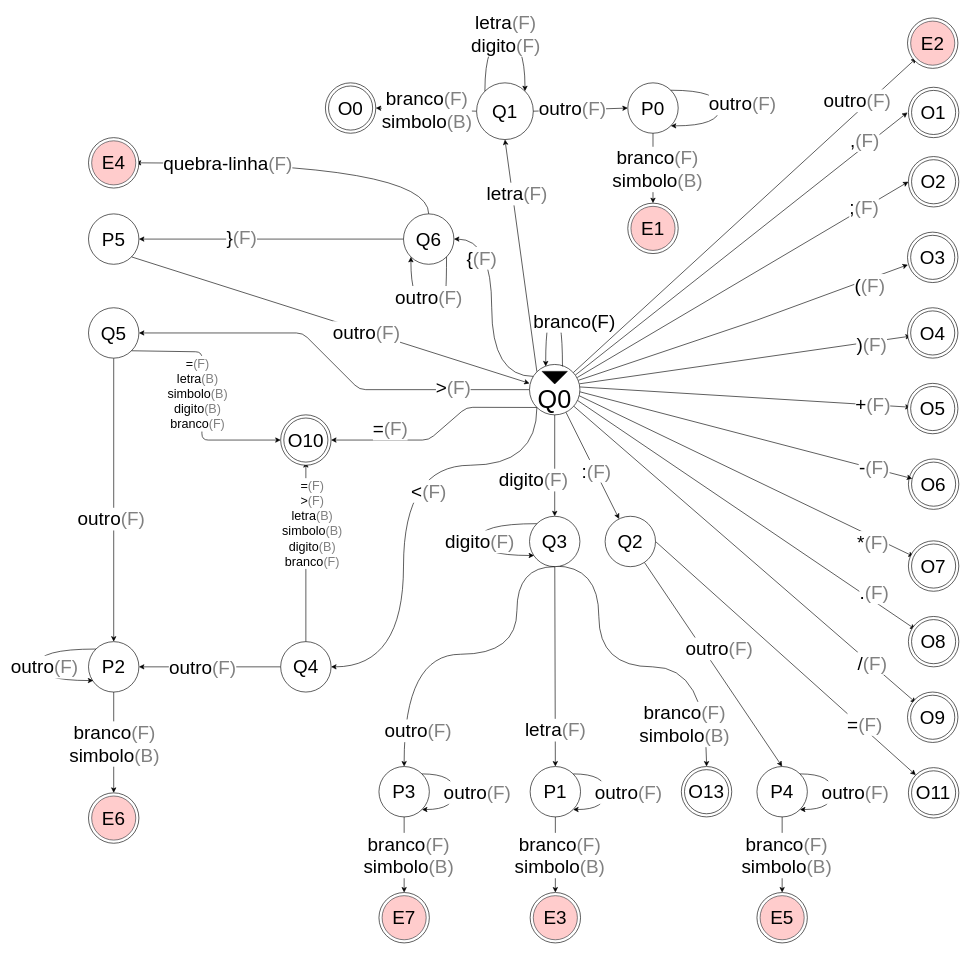
Above: res/automato.drawio in GuScarenci/compilador-pl0 (draw.io), before the change. Source tidied: cells renumbered, new cells numbered last; positions are measured from the earlier drawing's top-left corner, leaving out a move shared by most shapes. Both pictures are drawn from the tidied source at 63%, with x=0, y=0 at pixel (38, 18).
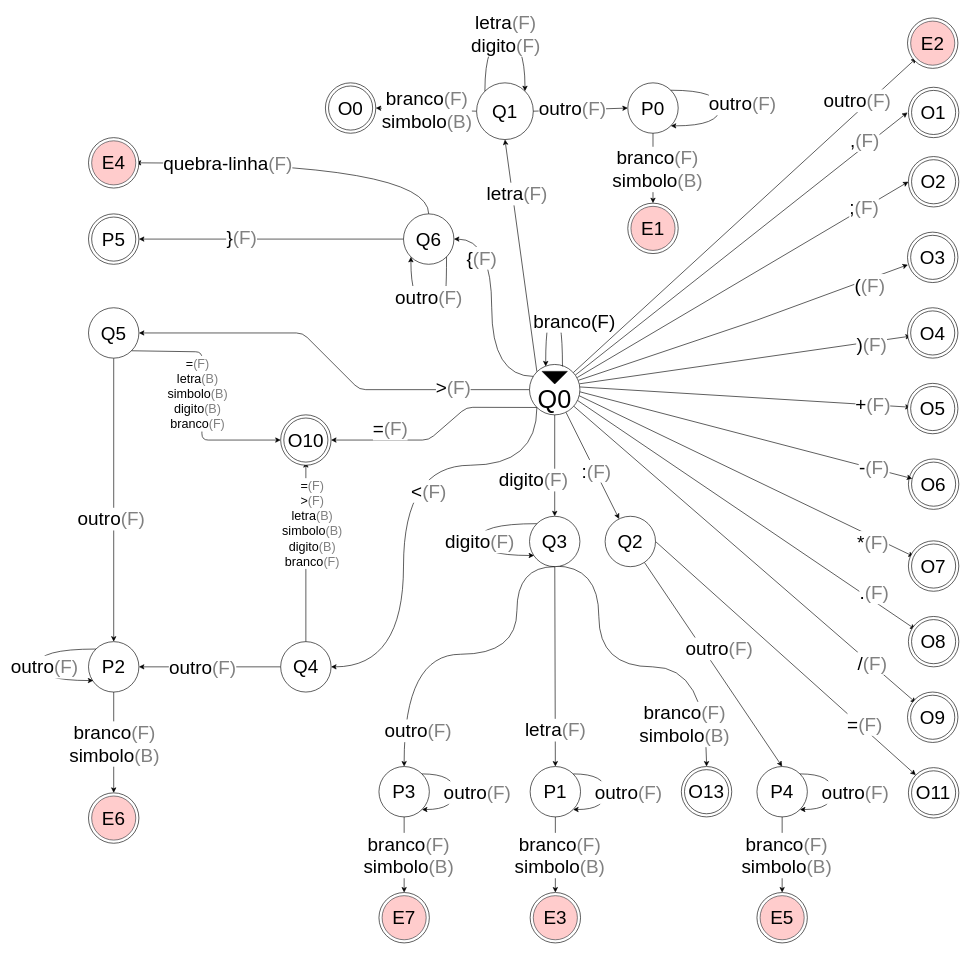
The same diagram, later.

Unchanged cells that the change refers to:
```xml
<mxCell id="52" style="ellipse;whiteSpace=wrap;html=1;fontSize=30;" parent="1" vertex="1">
  <mxGeometry x="780" y="550" width="80" height="80" as="geometry" />
</mxCell>
<mxCell id="91" value="&lt;font style=&quot;font-size: 30px;&quot;&gt;Q6&lt;/font&gt;" style="ellipse;whiteSpace=wrap;html=1;fontSize=30;" parent="1" vertex="1">
  <mxGeometry x="580" y="311" width="80" height="80" as="geometry" />
</mxCell>
```

The edit, as a diff of the source:
```diff
@@
-    <mxCell id="76" style="group;fontSize=30;" parent="1" vertex="1">
-      <mxGeometry x="80" y="311" width="80" height="80" as="geometry" />
-    </mxCell>
-    <mxCell id="77" value="P5" style="ellipse;whiteSpace=wrap;html=1;fontSize=30;" parent="76" vertex="1">
-      <mxGeometry width="80" height="80" as="geometry" />
-    </mxCell>
@@
-    <mxCell id="89" style="edgeStyle=none;shape=connector;rounded=0;jettySize=auto;html=1;exitX=0;exitY=0.5;exitDx=0;exitDy=0;entryX=1;entryY=0.5;entryDx=0;entryDy=0;labelBackgroundColor=default;strokeColor=default;align=center;verticalAlign=middle;fontFamily=Helvetica;fontSize=30;fontColor=default;endArrow=classic;" parent="1" edge="1" source="91" target="77">
-      <mxGeometry relative="1" as="geometry" />
+    <mxCell id="89" style="edgeStyle=none;shape=connector;rounded=0;jettySize=auto;html=1;exitX=0;exitY=0.5;exitDx=0;exitDy=0;entryX=1;entryY=0.5;entryDx=0;entryDy=0;labelBackgroundColor=default;strokeColor=default;align=center;verticalAlign=middle;fontFamily=Helvetica;fontSize=30;fontColor=default;endArrow=classic;" parent="1" edge="1" source="91">
+      <mxGeometry relative="1" as="geometry">
+        <mxPoint x="160" y="351" as="targetPoint" />
+      </mxGeometry>
     </mxCell>
@@
-    <mxCell id="171" style="edgeStyle=none;html=1;exitX=1;exitY=1;exitDx=0;exitDy=0;entryX=0;entryY=0.375;entryDx=0;entryDy=0;entryPerimeter=0;" parent="1" edge="1" source="77" target="52">
-      <mxGeometry relative="1" as="geometry" />
-    </mxCell>
-    <mxCell id="172" value="&lt;span style=&quot;font-size: 30px;&quot;&gt;outro&lt;/span&gt;&lt;font style=&quot;font-size: 30px;&quot; color=&quot;#808080&quot;&gt;(F)&lt;/font&gt;" style="edgeLabel;html=1;align=center;verticalAlign=middle;" parent="171" vertex="1">
-      <mxGeometry x="0.18" y="-1" relative="1" as="geometry" />
+    <mxCell id="172" style="group;fontSize=30;" parent="1" vertex="1">
+      <mxGeometry x="80" y="311" width="90" height="90" as="geometry" />
     </mxCell>
+    <mxCell id="173" style="ellipse;whiteSpace=wrap;html=1;fontSize=30;" parent="172" vertex="1">
+      <mxGeometry width="80" height="80" as="geometry" />
+    </mxCell>
+    <mxCell id="77" value="&lt;font style=&quot;font-size: 30px;&quot;&gt;P5&lt;/font&gt;" style="ellipse;whiteSpace=wrap;html=1;fontSize=30;" parent="172" vertex="1">
+      <mxGeometry x="5" y="5" width="70" height="70" as="geometry" />
+    </mxCell>
```
